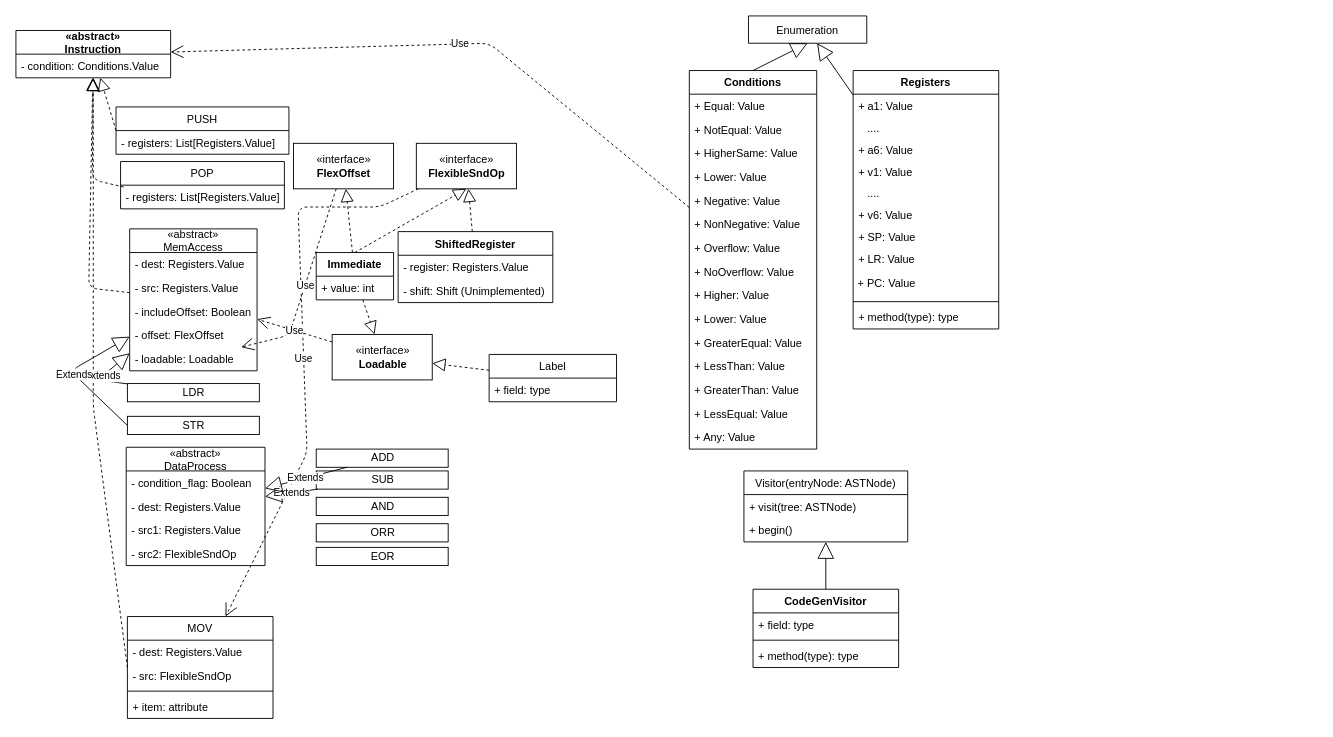
Earlier version of the draw.io diagram Class_Diagrams/CodeGeneration.drawio (ochaib/while-language-compiler). Source tidied: cells renumbered, new cells numbered last; positions are measured from the earlier drawing's top-left corner, leaving out a move shared by most shapes. Both pictures are drawn from the tidied source at 91%, with x=0, y=0 at pixel (15, 15).
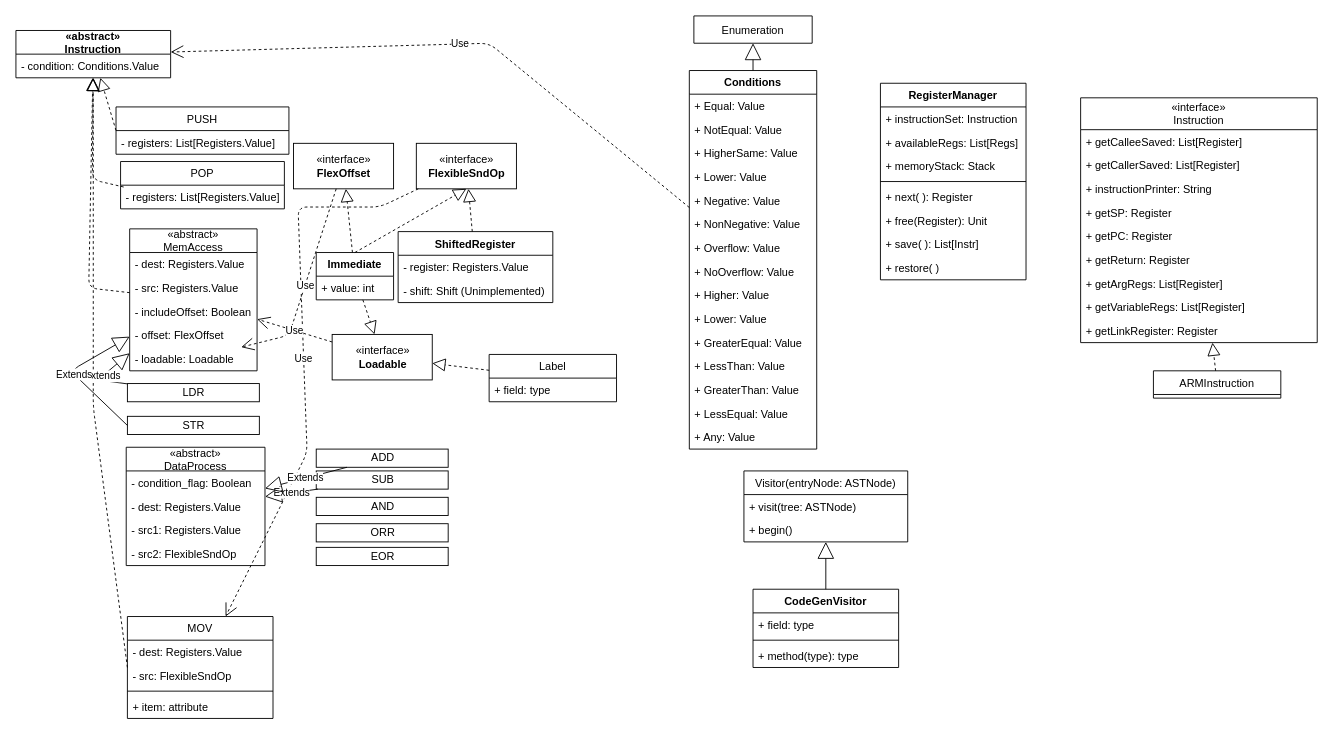
The same diagram, later.

Commit message:
added Register Manager

The edit, as a diff of the source:
```diff
@@
-    <mxCell id="10" value="Registers" style="swimlane;fontStyle=1;align=center;verticalAlign=top;horizontal=1;startSize=26;" parent="1" vertex="1">
-      <mxGeometry x="920" y="60" width="160" height="284" as="geometry" />
-    </mxCell>
-    <mxCell id="11" value="+ a1: Value" style="text;strokeColor=none;fillColor=none;align=left;verticalAlign=top;spacingLeft=4;spacingRight=4;overflow=hidden;" parent="10" vertex="1">
-      <mxGeometry y="26" width="160" height="24" as="geometry" />
-    </mxCell>
-    <mxCell id="12" value="   ...." style="text;strokeColor=none;fillColor=none;align=left;verticalAlign=top;spacingLeft=4;spacingRight=4;overflow=hidden;" parent="10" vertex="1">
-      <mxGeometry y="50" width="160" height="24" as="geometry" />
-    </mxCell>
-    <mxCell id="13" value="+ a6: Value" style="text;strokeColor=none;fillColor=none;align=left;verticalAlign=top;spacingLeft=4;spacingRight=4;overflow=hidden;" parent="10" vertex="1">
-      <mxGeometry y="74" width="160" height="24" as="geometry" />
-    </mxCell>
-    <mxCell id="14" value="+ v1: Value" style="text;strokeColor=none;fillColor=none;align=left;verticalAlign=top;spacingLeft=4;spacingRight=4;overflow=hidden;" parent="10" vertex="1">
-      <mxGeometry y="98" width="160" height="24" as="geometry" />
-    </mxCell>
-    <mxCell id="15" value="   ...." style="text;strokeColor=none;fillColor=none;align=left;verticalAlign=top;spacingLeft=4;spacingRight=4;overflow=hidden;" parent="10" vertex="1">
-      <mxGeometry y="122" width="160" height="24" as="geometry" />
-    </mxCell>
-    <mxCell id="16" value="+ v6: Value" style="text;strokeColor=none;fillColor=none;align=left;verticalAlign=top;spacingLeft=4;spacingRight=4;overflow=hidden;" parent="10" vertex="1">
-      <mxGeometry y="146" width="160" height="24" as="geometry" />
-    </mxCell>
-    <mxCell id="17" value="+ SP: Value" style="text;strokeColor=none;fillColor=none;align=left;verticalAlign=top;spacingLeft=4;spacingRight=4;overflow=hidden;" parent="10" vertex="1">
-      <mxGeometry y="170" width="160" height="24" as="geometry" />
-    </mxCell>
-    <mxCell id="18" value="+ LR: Value" style="text;strokeColor=none;fillColor=none;align=left;verticalAlign=top;spacingLeft=4;spacingRight=4;overflow=hidden;" parent="10" vertex="1">
-      <mxGeometry y="194" width="160" height="26" as="geometry" />
-    </mxCell>
-    <mxCell id="19" value="&amp;nbsp;+ PC: Value" style="text;html=1;" parent="10" vertex="1">
-      <mxGeometry y="220" width="160" height="30" as="geometry" />
-    </mxCell>
-    <mxCell id="20" style="line;strokeWidth=1;fillColor=none;align=left;verticalAlign=middle;spacingTop=-1;spacingLeft=3;spacingRight=3;labelPosition=right;" parent="10" vertex="1">
-      <mxGeometry y="250" width="160" height="8" as="geometry" />
-    </mxCell>
-    <mxCell id="21" value="+ method(type): type" style="text;strokeColor=none;fillColor=none;align=left;verticalAlign=top;spacingLeft=4;spacingRight=4;overflow=hidden;" parent="10" vertex="1">
-      <mxGeometry y="258" width="160" height="26" as="geometry" />
-    </mxCell>
     <mxCell id="22" value="Enumeration" style="swimlane;fontStyle=0;horizontal=1;startSize=52;fillColor=none;" parent="1" vertex="1">
-      <mxGeometry x="805" width="130" height="30" as="geometry" />
+      <mxGeometry x="745" width="130" height="30" as="geometry" />
     </mxCell>
-    <mxCell id="23" style="endArrow=block;endSize=16;endFill=0;html=1;" parent="1" edge="1" source="10" target="22">
-      <mxGeometry relative="1" as="geometry" />
-    </mxCell>
@@
+    <mxCell id="97" value="«interface»&#10;Instruction" style="swimlane;fontStyle=0;horizontal=1;startSize=35;fillColor=none;" parent="1" vertex="1">
+      <mxGeometry x="1170" y="90" width="260" height="269" as="geometry" />
+    </mxCell>
+    <mxCell id="98" value="+ getCalleeSaved: List[Register]" style="text;strokeColor=none;fillColor=none;align=left;verticalAlign=top;spacingLeft=4;spacingRight=4;overflow=hidden;" parent="97" vertex="1">
+      <mxGeometry y="35" width="260" height="26" as="geometry" />
+    </mxCell>
+    <mxCell id="99" value="+ getCallerSaved: List[Register]" style="text;strokeColor=none;fillColor=none;align=left;verticalAlign=top;spacingLeft=4;spacingRight=4;overflow=hidden;" parent="97" vertex="1">
+      <mxGeometry y="61" width="260" height="26" as="geometry" />
+    </mxCell>
+    <mxCell id="100" value="+ instructionPrinter: String" style="text;strokeColor=none;fillColor=none;align=left;verticalAlign=top;spacingLeft=4;spacingRight=4;overflow=hidden;" parent="97" vertex="1">
+      <mxGeometry y="87" width="260" height="26" as="geometry" />
+    </mxCell>
+    <mxCell id="101" value="+ getSP: Register" style="text;strokeColor=none;fillColor=none;align=left;verticalAlign=top;spacingLeft=4;spacingRight=4;overflow=hidden;" parent="97" vertex="1">
+      <mxGeometry y="113" width="260" height="26" as="geometry" />
+    </mxCell>
+    <mxCell id="102" value="+ getPC: Register" style="text;strokeColor=none;fillColor=none;align=left;verticalAlign=top;spacingLeft=4;spacingRight=4;overflow=hidden;" parent="97" vertex="1">
+      <mxGeometry y="139" width="260" height="26" as="geometry" />
+    </mxCell>
+    <mxCell id="103" value="+ getReturn: Register" style="text;strokeColor=none;fillColor=none;align=left;verticalAlign=top;spacingLeft=4;spacingRight=4;overflow=hidden;" parent="97" vertex="1">
+      <mxGeometry y="165" width="260" height="26" as="geometry" />
+    </mxCell>
+    <mxCell id="104" value="+ getArgRegs: List[Register]" style="text;strokeColor=none;fillColor=none;align=left;verticalAlign=top;spacingLeft=4;spacingRight=4;overflow=hidden;" parent="97" vertex="1">
+      <mxGeometry y="191" width="260" height="26" as="geometry" />
+    </mxCell>
+    <mxCell id="105" value="+ getVariableRegs: List[Register]" style="text;strokeColor=none;fillColor=none;align=left;verticalAlign=top;spacingLeft=4;spacingRight=4;overflow=hidden;" parent="97" vertex="1">
+      <mxGeometry y="217" width="260" height="26" as="geometry" />
+    </mxCell>
+    <mxCell id="106" value="+ getLinkRegister: Register" style="text;strokeColor=none;fillColor=none;align=left;verticalAlign=top;spacingLeft=4;spacingRight=4;overflow=hidden;" parent="97" vertex="1">
+      <mxGeometry y="243" width="260" height="26" as="geometry" />
+    </mxCell>
+    <mxCell id="107" value="ARMInstruction" style="swimlane;fontStyle=0;horizontal=1;startSize=26;fillColor=none;" parent="1" vertex="1">
+      <mxGeometry x="1250" y="390" width="140" height="30" as="geometry" />
+    </mxCell>
+    <mxCell id="108" style="endArrow=block;dashed=1;endFill=0;endSize=12;html=1;" parent="1" edge="1" source="107" target="97">
+      <mxGeometry relative="1" as="geometry" />
+    </mxCell>
+    <mxCell id="109" value="RegisterManager" style="swimlane;fontStyle=1;align=center;verticalAlign=top;horizontal=1;startSize=26;" parent="1" vertex="1">
+      <mxGeometry x="950" y="74" width="160" height="216" as="geometry" />
+    </mxCell>
+    <mxCell id="110" value="+ instructionSet: Instruction" style="text;strokeColor=none;fillColor=none;align=left;verticalAlign=top;spacingLeft=4;spacingRight=4;overflow=hidden;" parent="109" vertex="1">
+      <mxGeometry y="26" width="160" height="26" as="geometry" />
+    </mxCell>
+    <mxCell id="111" value="+ availableRegs: List[Regs]" style="text;strokeColor=none;fillColor=none;align=left;verticalAlign=top;spacingLeft=4;spacingRight=4;overflow=hidden;" parent="109" vertex="1">
+      <mxGeometry y="52" width="160" height="26" as="geometry" />
+    </mxCell>
+    <mxCell id="112" value="+ memoryStack: Stack" style="text;strokeColor=none;fillColor=none;align=left;verticalAlign=top;spacingLeft=4;spacingRight=4;overflow=hidden;" parent="109" vertex="1">
+      <mxGeometry y="78" width="160" height="26" as="geometry" />
+    </mxCell>
+    <mxCell id="113" style="line;strokeWidth=1;fillColor=none;align=left;verticalAlign=middle;spacingTop=-1;spacingLeft=3;spacingRight=3;labelPosition=right;" parent="109" vertex="1">
+      <mxGeometry y="104" width="160" height="8" as="geometry" />
+    </mxCell>
+    <mxCell id="114" value="+ next( ): Register" style="text;strokeColor=none;fillColor=none;align=left;verticalAlign=top;spacingLeft=4;spacingRight=4;overflow=hidden;" parent="109" vertex="1">
+      <mxGeometry y="112" width="160" height="26" as="geometry" />
+    </mxCell>
+    <mxCell id="115" value="+ free(Register): Unit" style="text;strokeColor=none;fillColor=none;align=left;verticalAlign=top;spacingLeft=4;spacingRight=4;overflow=hidden;" parent="109" vertex="1">
+      <mxGeometry y="138" width="160" height="26" as="geometry" />
+    </mxCell>
+    <mxCell id="116" value="+ save( ): List[Instr]" style="text;strokeColor=none;fillColor=none;align=left;verticalAlign=top;spacingLeft=4;spacingRight=4;overflow=hidden;" parent="109" vertex="1">
+      <mxGeometry y="164" width="160" height="26" as="geometry" />
+    </mxCell>
+    <mxCell id="117" value="+ restore( )" style="text;strokeColor=none;fillColor=none;align=left;verticalAlign=top;spacingLeft=4;spacingRight=4;overflow=hidden;" parent="109" vertex="1">
+      <mxGeometry y="190" width="160" height="26" as="geometry" />
+    </mxCell>
```
